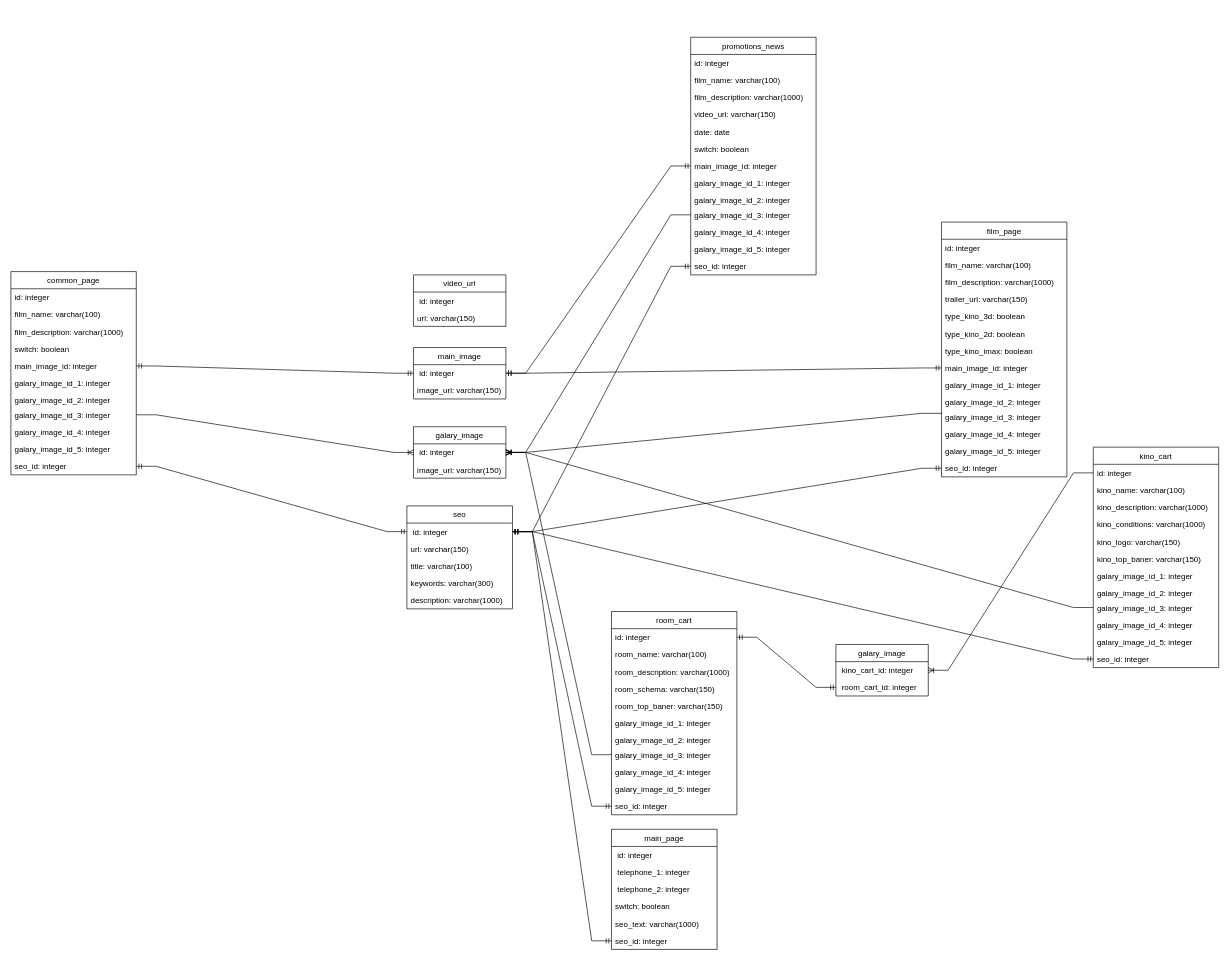
NikitaFoshch/UML keeps this draw.io diagram as src/kinoCMS.drawio. Above is the earlier version. Source tidied: cells renumbered, new cells numbered last; positions are measured from the earlier drawing's top-left corner, leaving out a move shared by most shapes. Both pictures are drawn from the tidied source at 66%, with x=0, y=0 at pixel (11, 37).
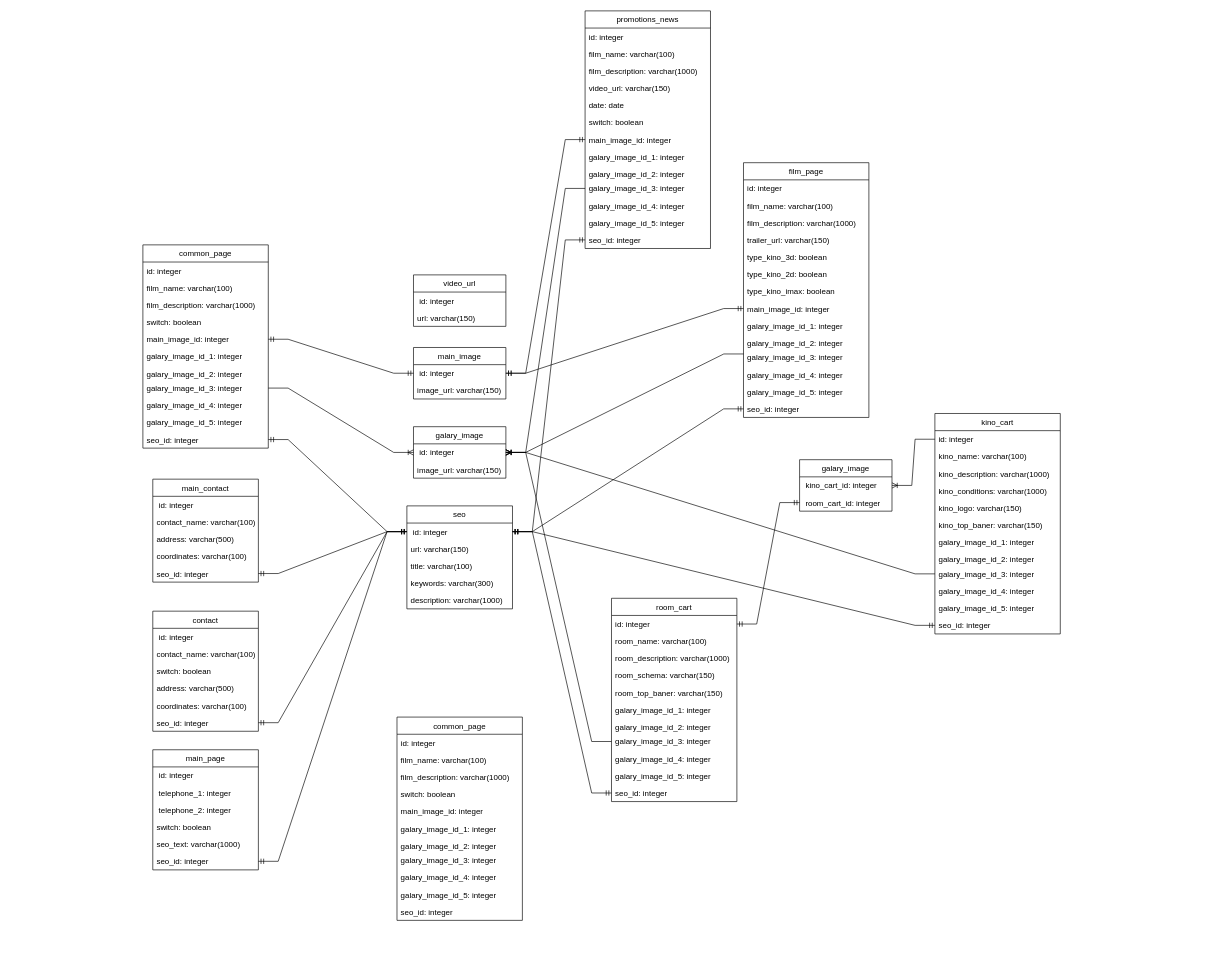
The same page after the edit.

The change refers to these unchanged cells:
```xml
<mxCell id="24" value=" id: integer" style="text;strokeColor=none;fillColor=none;align=left;verticalAlign=top;spacingLeft=4;spacingRight=4;overflow=hidden;points=[[0,0.5],[1,0.5]];portConstraint=eastwest;" parent="23" vertex="1">
  <mxGeometry y="26" width="160" height="26" as="geometry" />
</mxCell>
<mxCell id="92" value="seo_id: integer" style="text;strokeColor=none;fillColor=none;align=left;verticalAlign=top;spacingLeft=4;spacingRight=4;overflow=hidden;points=[[0,0.5],[1,0.5]];portConstraint=eastwest;" parent="86" vertex="1">
  <mxGeometry y="156" width="160" height="26" as="geometry" />
</mxCell>
```

What changed in the source:
```diff
@@
     <mxCell id="8" value="film_page" style="swimlane;fontStyle=0;horizontal=1;startSize=26;fillColor=none;" parent="1" vertex="1">
-      <mxGeometry x="1410" y="280" width="190" height="386" as="geometry" />
+      <mxGeometry x="1110" y="190" width="190" height="386" as="geometry" />
     </mxCell>
@@
     <mxCell id="32" value="kino_cart" style="swimlane;fontStyle=0;horizontal=1;startSize=26;fillColor=none;" parent="1" vertex="1">
-      <mxGeometry x="1640" y="621" width="190" height="334" as="geometry" />
+      <mxGeometry x="1400" y="570" width="190" height="334" as="geometry" />
     </mxCell>
@@
     <mxCell id="47" value="galary_image" style="swimlane;fontStyle=0;horizontal=1;startSize=26;fillColor=none;" parent="1" vertex="1">
-      <mxGeometry x="1250" y="920" width="140" height="78" as="geometry" />
+      <mxGeometry x="1195" y="640" width="140" height="78" as="geometry" />
     </mxCell>
@@
     <mxCell id="50" value="room_cart" style="swimlane;fontStyle=0;horizontal=1;startSize=26;fillColor=none;" parent="1" vertex="1">
-      <mxGeometry x="910" y="870" width="190" height="308" as="geometry" />
+      <mxGeometry x="910" y="850" width="190" height="308" as="geometry" />
     </mxCell>
@@
     <mxCell id="69" value="promotions_news" style="swimlane;fontStyle=0;horizontal=1;startSize=26;fillColor=none;" parent="1" vertex="1">
-      <mxGeometry x="1030" width="190" height="360" as="geometry" />
+      <mxGeometry x="870" y="-40" width="190" height="360" as="geometry" />
     </mxCell>
@@
     <mxCell id="86" value="main_page" style="swimlane;fontStyle=0;horizontal=1;startSize=26;fillColor=none;" parent="1" vertex="1">
-      <mxGeometry x="910" y="1200" width="160" height="182" as="geometry" />
+      <mxGeometry x="215" y="1079.5" width="160" height="182" as="geometry" />
     </mxCell>
@@
-    <mxCell id="93" style="edgeStyle=entityRelationEdgeStyle;fontSize=12;html=1;endArrow=ERmandOne;startArrow=ERmandOne;rounded=0;exitX=1;exitY=0.5;exitDx=0;exitDy=0;entryX=0;entryY=0.5;entryDx=0;entryDy=0;" parent="1" edge="1" source="24" target="92">
+    <mxCell id="93" style="edgeStyle=entityRelationEdgeStyle;fontSize=12;html=1;endArrow=ERmandOne;startArrow=ERmandOne;rounded=0;exitX=0;exitY=0.5;exitDx=0;exitDy=0;entryX=1;entryY=0.5;entryDx=0;entryDy=0;" parent="1" edge="1" source="24" target="92">
       <mxGeometry relative="1" as="geometry" />
     </mxCell>
     <mxCell id="94" value="common_page" style="swimlane;fontStyle=0;horizontal=1;startSize=26;fillColor=none;" parent="1" vertex="1">
-      <mxGeometry y="355" width="190" height="308" as="geometry" />
+      <mxGeometry x="200" y="314.5" width="190" height="308" as="geometry" />
     </mxCell>
@@
+    <mxCell id="109" value="contact" style="swimlane;fontStyle=0;horizontal=1;startSize=26;fillColor=none;" parent="1" vertex="1">
+      <mxGeometry x="215" y="869.5" width="160" height="182" as="geometry" />
+    </mxCell>
+    <mxCell id="110" value=" id: integer" style="text;strokeColor=none;fillColor=none;align=left;verticalAlign=top;spacingLeft=4;spacingRight=4;overflow=hidden;" parent="109" vertex="1">
+      <mxGeometry y="26" width="160" height="26" as="geometry" />
+    </mxCell>
+    <mxCell id="111" value="contact_name: varchar(100)" style="text;strokeColor=none;fillColor=none;align=left;verticalAlign=top;spacingLeft=4;spacingRight=4;overflow=hidden;" parent="109" vertex="1">
+      <mxGeometry y="52" width="160" height="26" as="geometry" />
+    </mxCell>
+    <mxCell id="112" value="switch: boolean" style="text;strokeColor=none;fillColor=none;align=left;verticalAlign=top;spacingLeft=4;spacingRight=4;overflow=hidden;" parent="109" vertex="1">
+      <mxGeometry y="78" width="160" height="26" as="geometry" />
+    </mxCell>
+    <mxCell id="113" value="address: varchar(500)" style="text;strokeColor=none;fillColor=none;align=left;verticalAlign=top;spacingLeft=4;spacingRight=4;overflow=hidden;" parent="109" vertex="1">
+      <mxGeometry y="104" width="160" height="26" as="geometry" />
+    </mxCell>
+    <mxCell id="114" value="coordinates: varchar(100)" style="text;strokeColor=none;fillColor=none;align=left;verticalAlign=top;spacingLeft=4;spacingRight=4;overflow=hidden;" parent="109" vertex="1">
+      <mxGeometry y="130" width="160" height="26" as="geometry" />
+    </mxCell>
+    <mxCell id="115" value="seo_id: integer" style="text;strokeColor=none;fillColor=none;align=left;verticalAlign=top;spacingLeft=4;spacingRight=4;overflow=hidden;points=[[0,0.5],[1,0.5]];portConstraint=eastwest;" parent="109" vertex="1">
+      <mxGeometry y="156" width="160" height="26" as="geometry" />
+    </mxCell>
+    <mxCell id="116" value="main_contact" style="swimlane;fontStyle=0;horizontal=1;startSize=26;fillColor=none;" parent="1" vertex="1">
+      <mxGeometry x="215" y="669.5" width="160" height="156" as="geometry" />
+    </mxCell>
+    <mxCell id="117" value=" id: integer" style="text;strokeColor=none;fillColor=none;align=left;verticalAlign=top;spacingLeft=4;spacingRight=4;overflow=hidden;" parent="116" vertex="1">
+      <mxGeometry y="26" width="160" height="26" as="geometry" />
+    </mxCell>
+    <mxCell id="118" value="contact_name: varchar(100)" style="text;strokeColor=none;fillColor=none;align=left;verticalAlign=top;spacingLeft=4;spacingRight=4;overflow=hidden;" parent="116" vertex="1">
+      <mxGeometry y="52" width="160" height="26" as="geometry" />
+    </mxCell>
+    <mxCell id="119" value="address: varchar(500)" style="text;strokeColor=none;fillColor=none;align=left;verticalAlign=top;spacingLeft=4;spacingRight=4;overflow=hidden;" parent="116" vertex="1">
+      <mxGeometry y="78" width="160" height="26" as="geometry" />
+    </mxCell>
+    <mxCell id="120" value="coordinates: varchar(100)" style="text;strokeColor=none;fillColor=none;align=left;verticalAlign=top;spacingLeft=4;spacingRight=4;overflow=hidden;" parent="116" vertex="1">
+      <mxGeometry y="104" width="160" height="26" as="geometry" />
+    </mxCell>
+    <mxCell id="121" value="seo_id: integer" style="text;strokeColor=none;fillColor=none;align=left;verticalAlign=top;spacingLeft=4;spacingRight=4;overflow=hidden;points=[[0,0.5],[1,0.5]];portConstraint=eastwest;" parent="116" vertex="1">
+      <mxGeometry y="130" width="160" height="26" as="geometry" />
+    </mxCell>
+    <mxCell id="122" style="edgeStyle=entityRelationEdgeStyle;fontSize=12;html=1;endArrow=ERmandOne;startArrow=ERmandOne;rounded=0;entryX=1;entryY=0.5;entryDx=0;entryDy=0;exitX=0;exitY=0.5;exitDx=0;exitDy=0;" parent="1" edge="1" source="24" target="121">
+      <mxGeometry relative="1" as="geometry" />
+    </mxCell>
+    <mxCell id="123" style="edgeStyle=entityRelationEdgeStyle;fontSize=12;html=1;endArrow=ERmandOne;startArrow=ERmandOne;rounded=0;exitX=1;exitY=0.5;exitDx=0;exitDy=0;verticalAlign=middle;align=left;entryX=0;entryY=0.5;entryDx=0;entryDy=0;" parent="1" edge="1" source="115" target="24">
+      <mxGeometry relative="1" as="geometry" />
+    </mxCell>
+    <mxCell id="124" value="common_page" style="swimlane;fontStyle=0;horizontal=1;startSize=26;fillColor=none;" parent="1" vertex="1">
+      <mxGeometry x="585" y="1030" width="190" height="308" as="geometry" />
+    </mxCell>
+    <mxCell id="125" value="id: integer" style="text;strokeColor=none;fillColor=none;align=left;verticalAlign=top;spacingLeft=4;spacingRight=4;overflow=hidden;" parent="124" vertex="1">
+      <mxGeometry y="26" width="190" height="26" as="geometry" />
+    </mxCell>
+    <mxCell id="126" value="film_name: varchar(100)" style="text;strokeColor=none;fillColor=none;align=left;verticalAlign=top;spacingLeft=4;spacingRight=4;overflow=hidden;" parent="124" vertex="1">
+      <mxGeometry y="52" width="190" height="26" as="geometry" />
+    </mxCell>
+    <mxCell id="127" value="film_description: varchar(1000)" style="text;strokeColor=none;fillColor=none;align=left;verticalAlign=top;spacingLeft=4;spacingRight=4;overflow=hidden;" parent="124" vertex="1">
+      <mxGeometry y="78" width="190" height="26" as="geometry" />
+    </mxCell>
+    <mxCell id="128" value="switch: boolean" style="text;strokeColor=none;fillColor=none;align=left;verticalAlign=top;spacingLeft=4;spacingRight=4;overflow=hidden;" parent="124" vertex="1">
+      <mxGeometry y="104" width="190" height="26" as="geometry" />
+    </mxCell>
+    <mxCell id="129" value="main_image_id: integer" style="text;strokeColor=none;fillColor=none;align=left;verticalAlign=top;spacingLeft=4;spacingRight=4;overflow=hidden;" parent="124" vertex="1">
+      <mxGeometry y="130" width="190" height="26" as="geometry" />
+    </mxCell>
+    <mxCell id="130" value="galary_image_id_1: integer" style="text;strokeColor=none;fillColor=none;align=left;verticalAlign=top;spacingLeft=4;spacingRight=4;overflow=hidden;" parent="124" vertex="1">
+      <mxGeometry y="156" width="190" height="26" as="geometry" />
+    </mxCell>
+    <mxCell id="131" value="galary_image_id_2: integer" style="text;strokeColor=none;fillColor=none;align=left;verticalAlign=top;spacingLeft=4;spacingRight=4;overflow=hidden;" parent="124" vertex="1">
+      <mxGeometry y="182" width="190" height="22" as="geometry" />
+    </mxCell>
+    <mxCell id="132" value="galary_image_id_3: integer" style="text;strokeColor=none;fillColor=none;align=left;verticalAlign=top;spacingLeft=4;spacingRight=4;overflow=hidden;" parent="124" vertex="1">
+      <mxGeometry y="204" width="190" height="26" as="geometry" />
+    </mxCell>
+    <mxCell id="133" value="galary_image_id_4: integer" style="text;strokeColor=none;fillColor=none;align=left;verticalAlign=top;spacingLeft=4;spacingRight=4;overflow=hidden;" parent="124" vertex="1">
+      <mxGeometry y="230" width="190" height="26" as="geometry" />
+    </mxCell>
+    <mxCell id="134" value="galary_image_id_5: integer" style="text;strokeColor=none;fillColor=none;align=left;verticalAlign=top;spacingLeft=4;spacingRight=4;overflow=hidden;" parent="124" vertex="1">
+      <mxGeometry y="256" width="190" height="26" as="geometry" />
+    </mxCell>
+    <mxCell id="135" value="seo_id: integer" style="text;strokeColor=none;fillColor=none;align=left;verticalAlign=top;spacingLeft=4;spacingRight=4;overflow=hidden;" parent="124" vertex="1">
+      <mxGeometry y="282" width="190" height="26" as="geometry" />
+    </mxCell>
```
